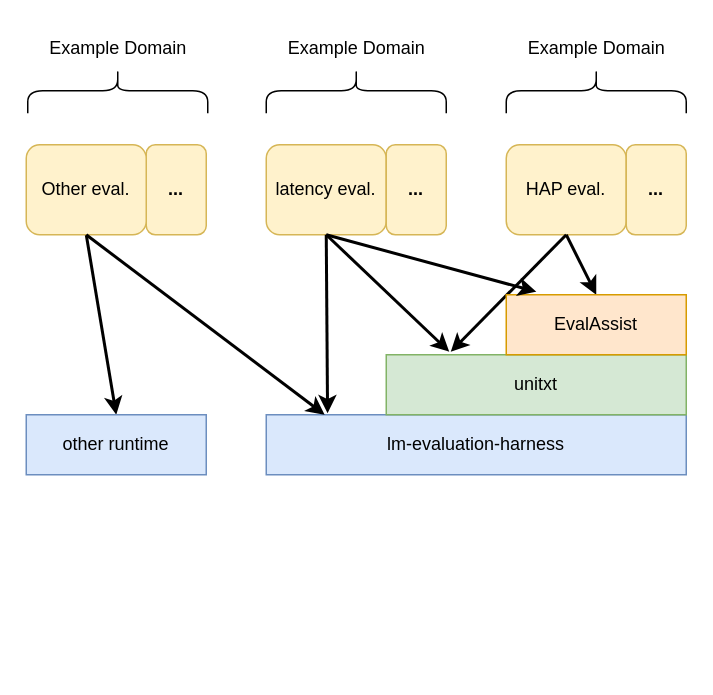
The-AI-Alliance/trust-safety-evals keeps this draw.io diagram as docs/assets/images/Trust and Safety Reference Stack Diagram.drawio. Above is the earlier version. Source tidied: cells renumbered, new cells numbered last; positions are measured from the earlier drawing's top-left corner, leaving out a move shared by most shapes. Both pictures are drawn from the tidied source at 150%, with x=0, y=0 at pixel (26, 0).
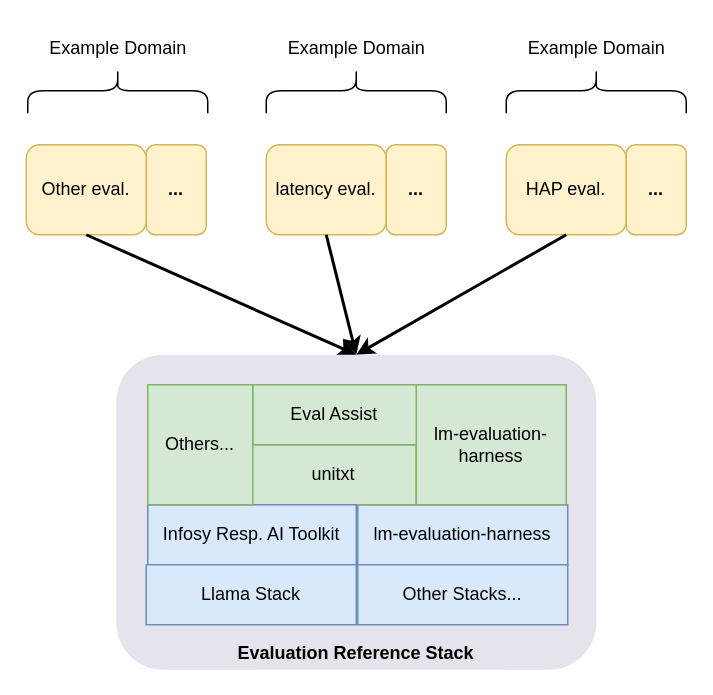
The same diagram, later.

Commit message (it also covers changes not shown here):
Refined the ref. stack wording and diagrams.

Unchanged cells that the change refers to:
```xml
<mxCell id="3" value="HAP eval." style="rounded=1;whiteSpace=wrap;html=1;fillColor=#fff2cc;strokeColor=#d6b656;" parent="1" vertex="1">
  <mxGeometry x="320" y="96" width="80" height="60" as="geometry" />
</mxCell>
<mxCell id="6" value="latency eval." style="rounded=1;whiteSpace=wrap;html=1;fillColor=#fff2cc;strokeColor=#d6b656;" parent="1" vertex="1">
  <mxGeometry x="160" y="96" width="80" height="60" as="geometry" />
</mxCell>
<mxCell id="18" value="Other eval." style="rounded=1;whiteSpace=wrap;html=1;fillColor=#fff2cc;strokeColor=#d6b656;" parent="1" vertex="1">
  <mxGeometry y="96" width="80" height="60" as="geometry" />
</mxCell>
```

Diff of the diagram source:
```diff
@@
-    <mxCell id="2" value="lm-evaluation-harness" style="rounded=0;whiteSpace=wrap;html=1;fillColor=#dae8fc;strokeColor=#6c8ebf;" parent="1" vertex="1">
-      <mxGeometry x="160" y="276" width="280" height="40" as="geometry" />
-    </mxCell>
@@
-    <mxCell id="4" value="unitxt" style="rounded=0;whiteSpace=wrap;html=1;fillColor=#d5e8d4;strokeColor=#82b366;" parent="1" vertex="1">
-      <mxGeometry x="240" y="236" width="200" height="40" as="geometry" />
-    </mxCell>
@@
-    <mxCell id="13" style="endArrow=classic;html=1;rounded=0;exitX=0.5;exitY=1;exitDx=0;exitDy=0;strokeWidth=2;entryX=0.215;entryY=-0.05;entryDx=0;entryDy=0;entryPerimeter=0;" parent="1" edge="1" source="3" target="4">
-      <mxGeometry relative="1" as="geometry" />
-    </mxCell>
-    <mxCell id="14" style="endArrow=classic;html=1;rounded=0;exitX=0.5;exitY=1;exitDx=0;exitDy=0;strokeWidth=3;" parent="1" edge="1" source="24" target="4">
-      <mxGeometry relative="1" as="geometry" />
+    <mxCell id="14" style="endArrow=classic;html=1;rounded=0;exitX=0.5;exitY=1;exitDx=0;exitDy=0;strokeWidth=3;" parent="1" edge="1">
+      <mxGeometry relative="1" as="geometry">
+        <mxPoint x="380" y="236" as="sourcePoint" />
+        <mxPoint x="380" y="236" as="targetPoint" />
+      </mxGeometry>
     </mxCell>
-    <mxCell id="15" style="endArrow=classic;html=1;rounded=0;exitX=0.5;exitY=1;exitDx=0;exitDy=0;strokeWidth=2;entryX=0.146;entryY=-0.025;entryDx=0;entryDy=0;entryPerimeter=0;" parent="1" edge="1" source="6" target="2">
-      <mxGeometry relative="1" as="geometry" />
-    </mxCell>
-    <mxCell id="16" style="endArrow=classic;html=1;rounded=0;exitX=0.5;exitY=1;exitDx=0;exitDy=0;strokeWidth=2;entryX=0.5;entryY=0;entryDx=0;entryDy=0;" parent="1" edge="1" source="18" target="22">
-      <mxGeometry relative="1" as="geometry" />
-    </mxCell>
-    <mxCell id="17" style="endArrow=classic;html=1;rounded=0;exitX=0.5;exitY=1;exitDx=0;exitDy=0;strokeWidth=2;entryX=0.5;entryY=0;entryDx=0;entryDy=0;" parent="1" edge="1" source="3" target="24">
+    <mxCell id="17" style="endArrow=classic;html=1;rounded=0;exitX=0.5;exitY=1;exitDx=0;exitDy=0;strokeWidth=2;entryX=0.5;entryY=0;entryDx=0;entryDy=0;" parent="1" edge="1" source="3" target="27">
       <mxGeometry relative="1" as="geometry" />
     </mxCell>
@@
-    <mxCell id="21" style="endArrow=classic;html=1;rounded=0;exitX=0.5;exitY=1;exitDx=0;exitDy=0;strokeWidth=2;entryX=0.139;entryY=0;entryDx=0;entryDy=0;entryPerimeter=0;" parent="1" edge="1" source="18" target="2">
+    <mxCell id="21" style="endArrow=classic;html=1;rounded=0;exitX=0.5;exitY=1;exitDx=0;exitDy=0;strokeWidth=2;entryX=0.5;entryY=0;entryDx=0;entryDy=0;" parent="1" edge="1" source="18" target="27">
       <mxGeometry relative="1" as="geometry" />
     </mxCell>
-    <mxCell id="22" value="other runtime" style="rounded=0;whiteSpace=wrap;html=1;fillColor=#dae8fc;strokeColor=#6c8ebf;" parent="1" vertex="1">
-      <mxGeometry y="276" width="120" height="40" as="geometry" />
-    </mxCell>
-    <mxCell id="23" style="endArrow=classic;html=1;rounded=0;exitX=0.5;exitY=1;exitDx=0;exitDy=0;strokeWidth=2;entryX=0.21;entryY=-0.05;entryDx=0;entryDy=0;entryPerimeter=0;" parent="1" edge="1" source="6" target="4">
-      <mxGeometry relative="1" as="geometry" />
-    </mxCell>
-    <mxCell id="24" value="EvalAssist" style="rounded=0;whiteSpace=wrap;html=1;fillColor=#ffe6cc;strokeColor=#d79b00;" parent="1" vertex="1">
-      <mxGeometry x="320" y="196" width="120" height="40" as="geometry" />
-    </mxCell>
-    <mxCell id="25" style="endArrow=classic;html=1;rounded=0;exitX=0.5;exitY=1;exitDx=0;exitDy=0;strokeWidth=2;entryX=0.167;entryY=-0.05;entryDx=0;entryDy=0;entryPerimeter=0;" parent="1" edge="1" source="6" target="24">
+    <mxCell id="25" style="endArrow=classic;html=1;rounded=0;exitX=0.5;exitY=1;exitDx=0;exitDy=0;strokeWidth=2;entryX=0.5;entryY=0;entryDx=0;entryDy=0;" parent="1" edge="1" source="6" target="27">
       <mxGeometry relative="1" as="geometry" />
     </mxCell>
+    <mxCell id="26" style="group;" parent="1" vertex="1">
+      <mxGeometry x="60" y="236" width="320" height="210" as="geometry" />
+    </mxCell>
+    <mxCell id="27" value="&lt;b&gt;Evaluation Reference Stack&lt;/b&gt;" style="shape=ext;double=1;rounded=1;whiteSpace=wrap;html=1;verticalAlign=bottom;fillColor=light-dark(#e5e4ec, #3b394a);strokeColor=none;" parent="26" vertex="1">
+      <mxGeometry width="320" height="210" as="geometry" />
+    </mxCell>
+    <mxCell id="2" value="lm-evaluation-harness" style="rounded=0;whiteSpace=wrap;html=1;fillColor=#dae8fc;strokeColor=#6c8ebf;" parent="26" vertex="1">
+      <mxGeometry x="161" y="100" width="140" height="40" as="geometry" />
+    </mxCell>
+    <mxCell id="4" value="unitxt" style="rounded=0;whiteSpace=wrap;html=1;fillColor=#d5e8d4;strokeColor=#82b366;" parent="26" vertex="1">
+      <mxGeometry x="90" y="60" width="110" height="40" as="geometry" />
+    </mxCell>
+    <mxCell id="28" value="Other Stacks..." style="rounded=0;whiteSpace=wrap;html=1;fillColor=#dae8fc;strokeColor=#6c8ebf;" parent="26" vertex="1">
+      <mxGeometry x="161" y="140" width="140" height="40" as="geometry" />
+    </mxCell>
+    <mxCell id="29" value="Infosy Resp. AI Toolkit" style="rounded=0;whiteSpace=wrap;html=1;fillColor=#dae8fc;strokeColor=#6c8ebf;" parent="26" vertex="1">
+      <mxGeometry x="21" y="100" width="139" height="40" as="geometry" />
+    </mxCell>
+    <mxCell id="30" value="Llama Stack" style="rounded=0;whiteSpace=wrap;html=1;fillColor=#dae8fc;strokeColor=#6c8ebf;" parent="26" vertex="1">
+      <mxGeometry x="20" y="140" width="140" height="40" as="geometry" />
+    </mxCell>
+    <mxCell id="31" value="lm-evaluation-harness" style="rounded=0;whiteSpace=wrap;html=1;fillColor=#d5e8d4;strokeColor=#82b366;" parent="26" vertex="1">
+      <mxGeometry x="200" y="20" width="100" height="80" as="geometry" />
+    </mxCell>
+    <mxCell id="32" value="Eval Assist" style="rounded=0;whiteSpace=wrap;html=1;fillColor=#d5e8d4;strokeColor=#82b366;" parent="26" vertex="1">
+      <mxGeometry x="91" y="20" width="109" height="40" as="geometry" />
+    </mxCell>
+    <mxCell id="33" value="Others..." style="rounded=0;whiteSpace=wrap;html=1;fillColor=#d5e8d4;strokeColor=#82b366;" parent="26" vertex="1">
+      <mxGeometry x="21" y="20" width="70" height="80" as="geometry" />
+    </mxCell>
```
